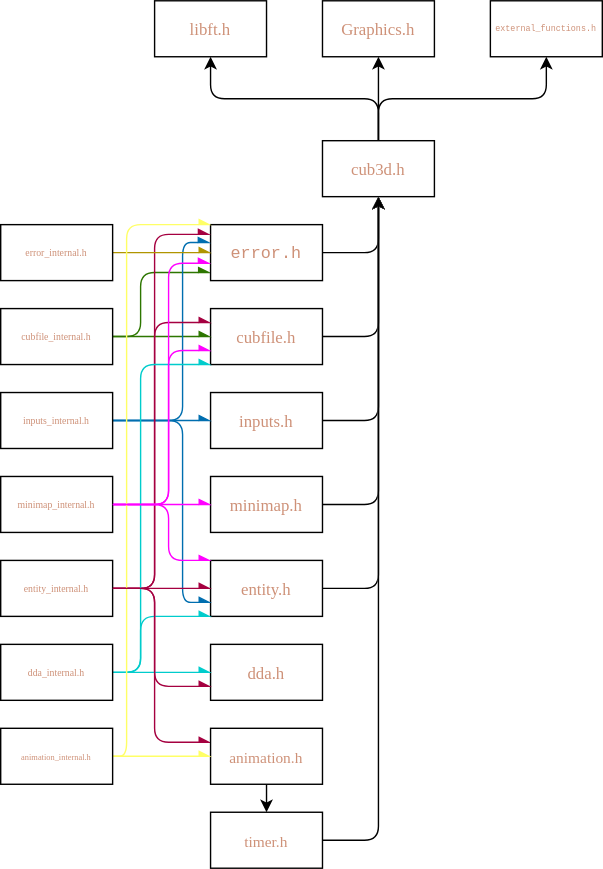
Thomas-Chqt/cub3d keeps this draw.io diagram as include_graph.drawio.svg. Above is the earlier version. Source tidied: cells renumbered, new cells last; positions are measured from the earlier drawing's top-left corner, leaving out a move shared by most shapes.
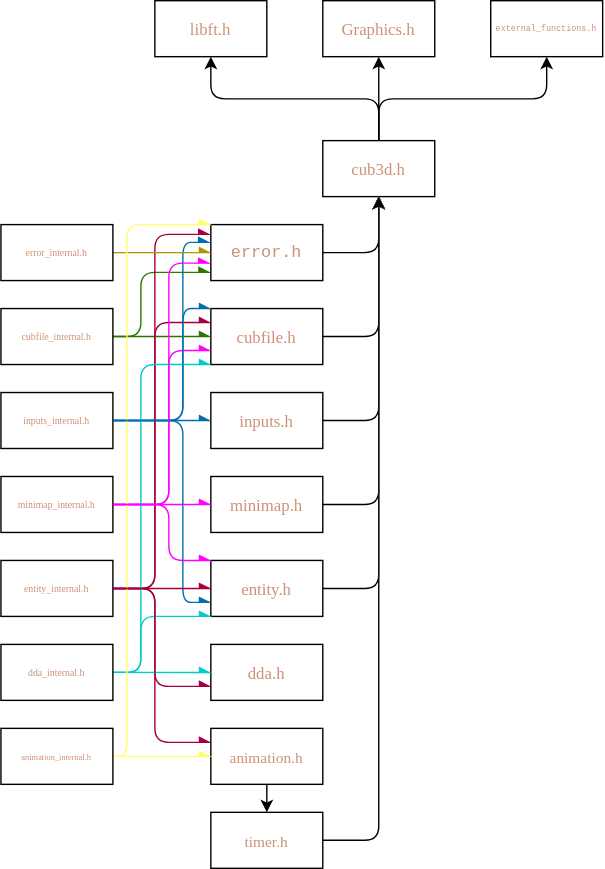
The same diagram one commit later.

Diff of the diagram source:
```diff
@@ -246,5 +246,13 @@
         </Array>
       </mxGeometry>
     </mxCell>
+    <mxCell id="52" style="html=1;exitX=1;exitY=0.5;exitDx=0;exitDy=0;entryX=0;entryY=0;entryDx=0;entryDy=0;edgeStyle=elbowEdgeStyle;fillColor=#1ba1e2;strokeColor=#006EAF;endArrow=async;endFill=1;" parent="1" edge="1" source="25" target="10">
+      <mxGeometry relative="1" as="geometry">
+        <Array as="points">
+          <mxPoint x="130" y="270" />
+          <mxPoint x="140" y="260" />
+        </Array>
+      </mxGeometry>
+    </mxCell>
   </root>
 </mxGraphModel>
```
